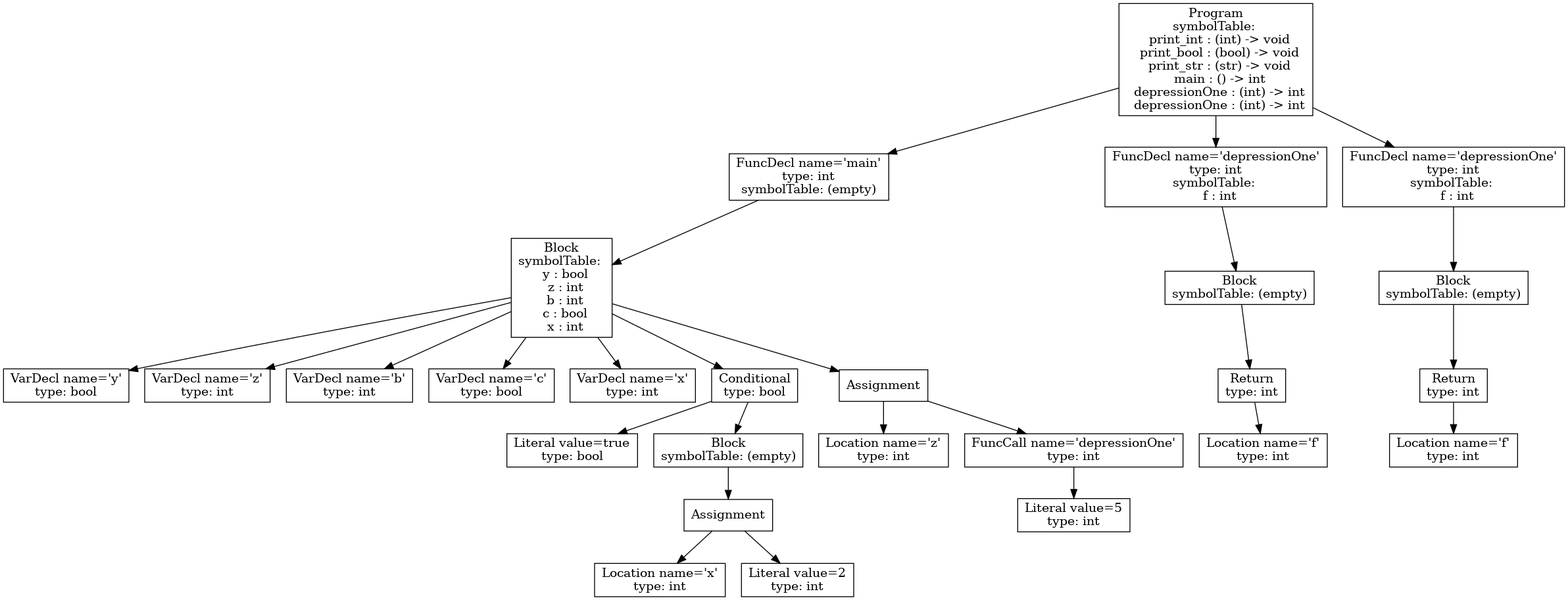
ecila1011/P3 keeps this Graphviz diagram as ast.png. Above is the earlier version. Its source is kept beside it as ast.dot.
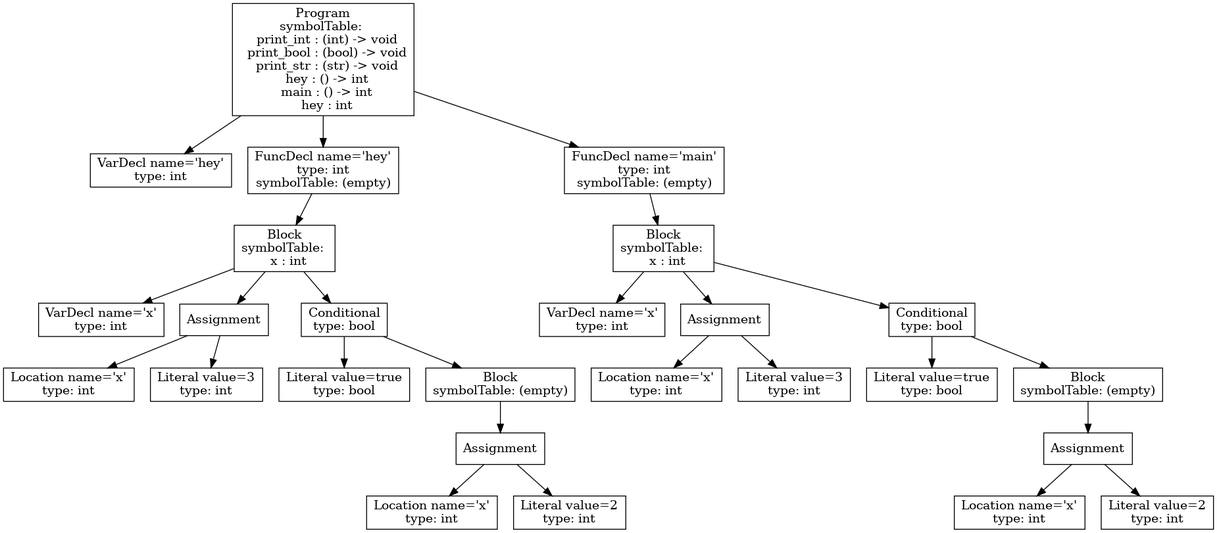
Above is the later version.

Change to the diagram source:
```diff
@@ -1,9 +1,11 @@
 digraph AST {
-3 [shape=box, label="VarDecl name='y'\ntype: bool"];
-4 [shape=box, label="VarDecl name='z'\ntype: int"];
-5 [shape=box, label="VarDecl name='b'\ntype: int"];
-6 [shape=box, label="VarDecl name='c'\ntype: bool"];
-7 [shape=box, label="VarDecl name='x'\ntype: int"];
+1 [shape=box, label="VarDecl name='hey'\ntype: int"];
+4 [shape=box, label="VarDecl name='x'\ntype: int"];
+6 [shape=box, label="Location name='x'\ntype: int"];
+7 [shape=box, label="Literal value=3\ntype: int"];
+5 [shape=box, label="Assignment"];
+5 -> 6;
+5 -> 7;
 9 [shape=box, label="Literal value=true\ntype: bool"];
 12 [shape=box, label="Location name='x'\ntype: int"];
 13 [shape=box, label="Literal value=2\ntype: int"];
@@ -15,39 +17,37 @@
 8 [shape=box, label="Conditional\ntype: bool"];
 8 -> 9;
 8 -> 10;
-15 [shape=box, label="Location name='z'\ntype: int"];
-17 [shape=box, label="Literal value=5\ntype: int"];
-16 [shape=box, label="FuncCall name='depressionOne'\ntype: int"];
-16 -> 17;
-14 [shape=box, label="Assignment"];
+3 [shape=box, label="Block\nsymbolTable: \n  x : int"];
+3 -> 4;
+3 -> 5;
+3 -> 8;
+2 [shape=box, label="FuncDecl name='hey'\ntype: int\nsymbolTable: (empty)"];
+2 -> 3;
+16 [shape=box, label="VarDecl name='x'\ntype: int"];
+18 [shape=box, label="Location name='x'\ntype: int"];
+19 [shape=box, label="Literal value=3\ntype: int"];
+17 [shape=box, label="Assignment"];
+17 -> 18;
+17 -> 19;
+21 [shape=box, label="Literal value=true\ntype: bool"];
+24 [shape=box, label="Location name='x'\ntype: int"];
+25 [shape=box, label="Literal value=2\ntype: int"];
+23 [shape=box, label="Assignment"];
+23 -> 24;
+23 -> 25;
+22 [shape=box, label="Block\nsymbolTable: (empty)"];
+22 -> 23;
+20 [shape=box, label="Conditional\ntype: bool"];
+20 -> 21;
+20 -> 22;
+15 [shape=box, label="Block\nsymbolTable: \n  x : int"];
+15 -> 16;
+15 -> 17;
+15 -> 20;
+14 [shape=box, label="FuncDecl name='main'\ntype: int\nsymbolTable: (empty)"];
 14 -> 15;
-14 -> 16;
-2 [shape=box, label="Block\nsymbolTable: \n  y : bool\n  z : int\n  b : int\n  c : bool\n  x : int"];
-2 -> 3;
-2 -> 4;
-2 -> 5;
-2 -> 6;
-2 -> 7;
-2 -> 8;
-2 -> 14;
-1 [shape=box, label="FuncDecl name='main'\ntype: int\nsymbolTable: (empty)"];
-1 -> 2;
-21 [shape=box, label="Location name='f'\ntype: int"];
-20 [shape=box, label="Return\ntype: int"];
-20 -> 21;
-19 [shape=box, label="Block\nsymbolTable: (empty)"];
-19 -> 20;
-18 [shape=box, label="FuncDecl name='depressionOne'\ntype: int\nsymbolTable: \n  f : int"];
-18 -> 19;
-25 [shape=box, label="Location name='f'\ntype: int"];
-24 [shape=box, label="Return\ntype: int"];
-24 -> 25;
-23 [shape=box, label="Block\nsymbolTable: (empty)"];
-23 -> 24;
-22 [shape=box, label="FuncDecl name='depressionOne'\ntype: int\nsymbolTable: \n  f : int"];
-22 -> 23;
-0 [shape=box, label="Program\nsymbolTable: \n  print_int : (int) -> void\n  print_bool : (bool) -> void\n  print_str : (str) -> void\n  main : () -> int\n  depressionOne : (int) -> int\n  depressionOne : (int) -> int"];
+0 [shape=box, label="Program\nsymbolTable: \n  print_int : (int) -> void\n  print_bool : (bool) -> void\n  print_str : (str) -> void\n  hey : () -> int\n  main : () -> int\n  hey : int"];
 0 -> 1;
-0 -> 18;
-0 -> 22;
+0 -> 2;
+0 -> 14;
 }
```
